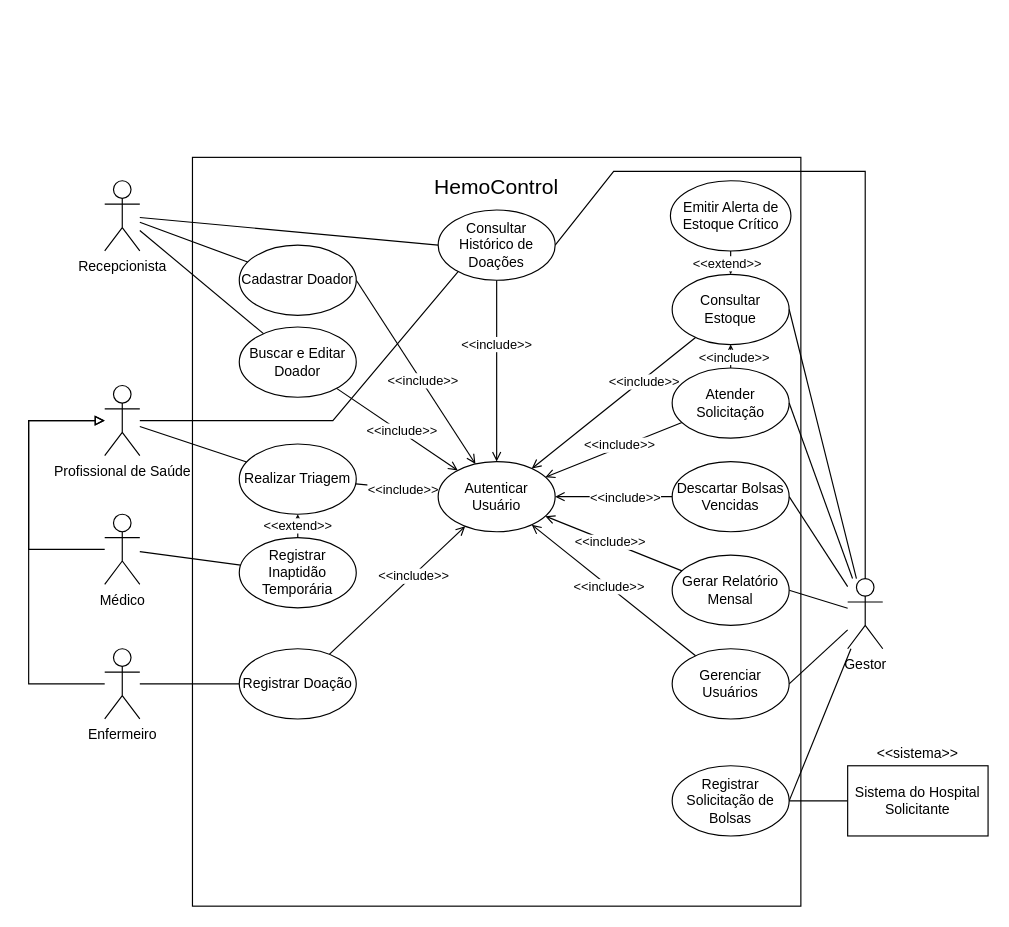
Above: docs/casos-de-uso.drawio in Grabiie/hemocontrol (draw.io), before the change. Source tidied: cells renumbered, new cells numbered last; positions are measured from the earlier drawing's top-left corner, leaving out a move shared by most shapes. Both pictures are drawn from the tidied source at 117%, with x=0, y=0 at pixel (28, 157).
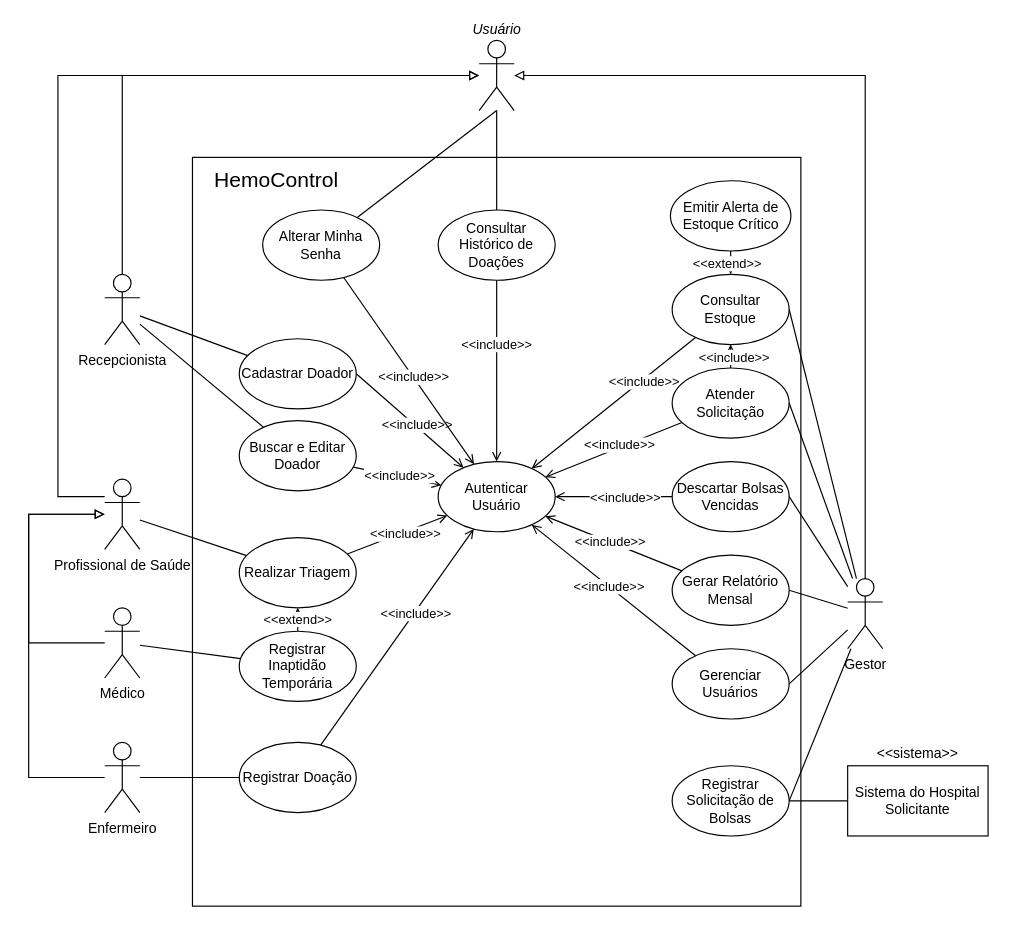
After the change.

Commit message (it also covers changes not shown here):
docs: atualiza RF-14, adiciona RF-15 e o diagrama de classes

The change refers to these unchanged cells:
```xml
<mxCell id="9" value="Gestor " style="shape=umlActor;verticalLabelPosition=bottom;verticalAlign=top;html=1;outlineConnect=0;labelPerimeter=1;" parent="1" vertex="1">
  <mxGeometry x="700" y="360" width="30" height="60" as="geometry" />
</mxCell>
<mxCell id="40" value="Autenticar Usuário" style="ellipse;whiteSpace=wrap;html=1;shapeInside=1;" parent="1" vertex="1">
  <mxGeometry x="350" y="260" width="100" height="60" as="geometry" />
</mxCell>
<mxCell id="59" value="Consultar Histórico de Doações" style="ellipse;whiteSpace=wrap;html=1;shapeInside=1;" parent="1" vertex="1">
  <mxGeometry x="350" y="45" width="100" height="60" as="geometry" />
</mxCell>
```

Diff of the diagram source:
```diff
@@
     <mxCell id="3" value="&lt;font style=&quot;font-size: 18px;&quot;&gt;HemoControl&lt;/font&gt;" style="text;html=1;whiteSpace=wrap;strokeColor=none;fillColor=none;align=center;verticalAlign=middle;rounded=0;" parent="1" vertex="1">
-      <mxGeometry x="338" y="11" width="124" height="30" as="geometry" />
+      <mxGeometry x="150" y="5" width="124" height="30" as="geometry" />
     </mxCell>
     <mxCell id="4" value="Recepcionista " style="shape=umlActor;verticalLabelPosition=bottom;verticalAlign=top;html=1;outlineConnect=0;labelPerimeter=1;" parent="1" vertex="1">
-      <mxGeometry x="65" y="20" width="30" height="60" as="geometry" />
+      <mxGeometry x="65" y="100" width="30" height="60" as="geometry" />
     </mxCell>
     <mxCell id="5" style="rounded=0;jettySize=auto;html=1;defaultLabelBackgroundColor=page;endArrow=block;endFill=0;exitX=0;exitY=0.5;exitDx=0;exitDy=0;entryX=0;entryY=0.5;entryDx=0;entryDy=0;" parent="1" edge="1" source="6" target="39">
       <mxGeometry relative="1" as="geometry">
         <Array as="points">
-          <mxPoint y="335" />
-          <mxPoint y="225" />
+          <mxPoint y="415" />
+          <mxPoint y="305" />
         </Array>
       </mxGeometry>
     </mxCell>
     <mxCell id="6" value="Médico" style="shape=umlActor;verticalLabelPosition=bottom;verticalAlign=top;html=1;outlineConnect=0;labelPerimeter=1;" parent="1" vertex="1">
-      <mxGeometry x="65" y="305" width="30" height="60" as="geometry" />
+      <mxGeometry x="65" y="385" width="30" height="60" as="geometry" />
     </mxCell>
     <mxCell id="7" style="rounded=0;jettySize=auto;html=1;defaultLabelBackgroundColor=page;endArrow=block;endFill=0;exitX=0;exitY=0.5;exitDx=0;exitDy=0;entryX=0;entryY=0.5;entryDx=0;entryDy=0;" parent="1" edge="1" source="8" target="39">
       <mxGeometry relative="1" as="geometry">
         <Array as="points">
-          <mxPoint y="450" />
-          <mxPoint y="225" />
+          <mxPoint y="530" />
+          <mxPoint y="305" />
         </Array>
       </mxGeometry>
     </mxCell>
     <mxCell id="8" value="Enfermeiro " style="shape=umlActor;verticalLabelPosition=bottom;verticalAlign=top;html=1;outlineConnect=0;labelPerimeter=1;" parent="1" vertex="1">
-      <mxGeometry x="65" y="420" width="30" height="60" as="geometry" />
+      <mxGeometry x="65" y="500" width="30" height="60" as="geometry" />
     </mxCell>
@@
     <mxCell id="13" value="Cadastrar Doador" style="ellipse;whiteSpace=wrap;html=1;shapeInside=1;" parent="1" vertex="1">
-      <mxGeometry x="180" y="75" width="100" height="60" as="geometry" />
+      <mxGeometry x="180" y="155" width="100" height="60" as="geometry" />
     </mxCell>
@@
     <mxCell id="20" value="Realizar Triagem" style="ellipse;whiteSpace=wrap;html=1;shapeInside=1;" parent="1" vertex="1">
-      <mxGeometry x="180" y="245" width="100" height="60" as="geometry" />
+      <mxGeometry x="180" y="325" width="100" height="60" as="geometry" />
     </mxCell>
@@
     <mxCell id="24" value="Registrar Doação" style="ellipse;whiteSpace=wrap;html=1;shapeInside=1;" parent="1" vertex="1">
-      <mxGeometry x="180" y="420" width="100" height="60" as="geometry" />
+      <mxGeometry x="180" y="500" width="100" height="60" as="geometry" />
     </mxCell>
@@
-    <mxCell id="38" style="rounded=0;jettySize=auto;html=1;defaultLabelBackgroundColor=page;endArrow=none;endFill=0;entryX=0.15;entryY=0.9;entryDx=0;entryDy=0;" parent="1" edge="1" source="39" target="59">
-      <mxGeometry relative="1" as="geometry">
-        <Array as="points">
-          <mxPoint x="260" y="225" />
-        </Array>
-      </mxGeometry>
-    </mxCell>
     <mxCell id="39" value="Profissional de Saúde " style="shape=umlActor;verticalLabelPosition=bottom;verticalAlign=top;html=1;outlineConnect=0;labelPerimeter=1;" parent="1" vertex="1">
-      <mxGeometry x="65" y="195" width="30" height="60" as="geometry" />
+      <mxGeometry x="65" y="275" width="30" height="60" as="geometry" />
     </mxCell>
@@
     <mxCell id="51" value="Registrar Inaptidão Temporária" style="ellipse;whiteSpace=wrap;html=1;shapeInside=1;" parent="1" vertex="1">
-      <mxGeometry x="180" y="325" width="100" height="60" as="geometry" />
+      <mxGeometry x="180" y="405" width="100" height="60" as="geometry" />
     </mxCell>
@@
-    <mxCell id="55" style="rounded=0;jettySize=auto;html=1;defaultLabelBackgroundColor=page;endArrow=none;endFill=0;exitX=1;exitY=0.5;exitDx=0;exitDy=0;" parent="1" edge="1" source="59" target="9">
-      <mxGeometry relative="1" as="geometry">
-        <Array as="points">
-          <mxPoint x="500" y="12" />
-          <mxPoint x="715" y="12" />
-        </Array>
-      </mxGeometry>
-    </mxCell>
-    <mxCell id="56" style="rounded=0;jettySize=auto;html=1;defaultLabelBackgroundColor=page;endArrow=none;endFill=0;exitX=0;exitY=0.5;exitDx=0;exitDy=0;" parent="1" edge="1" source="59" target="4">
-      <mxGeometry relative="1" as="geometry" />
-    </mxCell>
@@
     <mxCell id="60" value="Buscar e Editar Doador" style="ellipse;whiteSpace=wrap;html=1;shapeInside=1;" parent="1" vertex="1">
-      <mxGeometry x="180" y="145" width="100" height="60" as="geometry" />
+      <mxGeometry x="180" y="225" width="100" height="60" as="geometry" />
     </mxCell>
@@
+    <mxCell id="68" value="Usuário" style="shape=umlActor;html=1;outlineConnect=0;labelPerimeter=1;verticalLabelPosition=top;verticalAlign=bottom;fontStyle=2;" parent="1" vertex="1">
+      <mxGeometry x="385" y="-100" width="30" height="60" as="geometry" />
+    </mxCell>
+    <mxCell id="69" style="rounded=0;jettySize=auto;html=1;defaultLabelBackgroundColor=page;endArrow=block;endFill=0;exitX=0.5;exitY=0;exitDx=0;exitDy=0;entryX=0;entryY=0.5;entryDx=0;entryDy=0;" parent="1" edge="1" source="4" target="68">
+      <mxGeometry relative="1" as="geometry">
+        <Array as="points">
+          <mxPoint x="80" y="-70" />
+        </Array>
+      </mxGeometry>
+    </mxCell>
+    <mxCell id="70" style="rounded=0;jettySize=auto;html=1;defaultLabelBackgroundColor=page;endArrow=block;endFill=0;exitX=0;exitY=0.25;exitDx=0;exitDy=0;entryX=0;entryY=0.5;entryDx=0;entryDy=0;" parent="1" edge="1" source="39" target="68">
+      <mxGeometry relative="1" as="geometry">
+        <Array as="points">
+          <mxPoint x="25" y="290" />
+          <mxPoint x="25" y="-70" />
+        </Array>
+      </mxGeometry>
+    </mxCell>
+    <mxCell id="71" style="rounded=0;jettySize=auto;html=1;defaultLabelBackgroundColor=page;endArrow=block;endFill=0;exitX=0.5;exitY=0;exitDx=0;exitDy=0;entryX=1;entryY=0.5;entryDx=0;entryDy=0;" parent="1" edge="1" source="9" target="68">
+      <mxGeometry relative="1" as="geometry">
+        <Array as="points">
+          <mxPoint x="715" y="-70" />
+        </Array>
+      </mxGeometry>
+    </mxCell>
+    <mxCell id="72" value="Alterar Minha Senha" style="ellipse;whiteSpace=wrap;html=1;shapeInside=1;" parent="1" vertex="1">
+      <mxGeometry x="200" y="45" width="100" height="60" as="geometry" />
+    </mxCell>
+    <mxCell id="73" style="rounded=0;jettySize=auto;html=1;defaultLabelBackgroundColor=page;flowAnimation=1;endArrow=open;endFill=0;" parent="1" edge="1" source="72" target="40">
+      <mxGeometry relative="1" as="geometry" />
+    </mxCell>
+    <mxCell id="74" value="&amp;lt;&amp;lt;include&amp;gt;&amp;gt;" style="edgeLabel;html=1;align=center;verticalAlign=middle;inheritText=1;defaultLabelBackgroundColor=page;" parent="73" vertex="1">
+      <mxGeometry x="0.07" relative="1" as="geometry" />
+    </mxCell>
+    <mxCell id="75" style="rounded=0;jettySize=auto;html=1;defaultLabelBackgroundColor=page;endArrow=none;endFill=0;exitX=0.5;exitY=1;exitDx=0;exitDy=0;" parent="1" edge="1" source="68" target="59">
+      <mxGeometry relative="1" as="geometry" />
+    </mxCell>
+    <mxCell id="76" style="rounded=0;jettySize=auto;html=1;defaultLabelBackgroundColor=page;endArrow=none;endFill=0;exitX=0.5;exitY=1;exitDx=0;exitDy=0;" parent="1" edge="1" source="68" target="72">
+      <mxGeometry relative="1" as="geometry" />
+    </mxCell>
```
